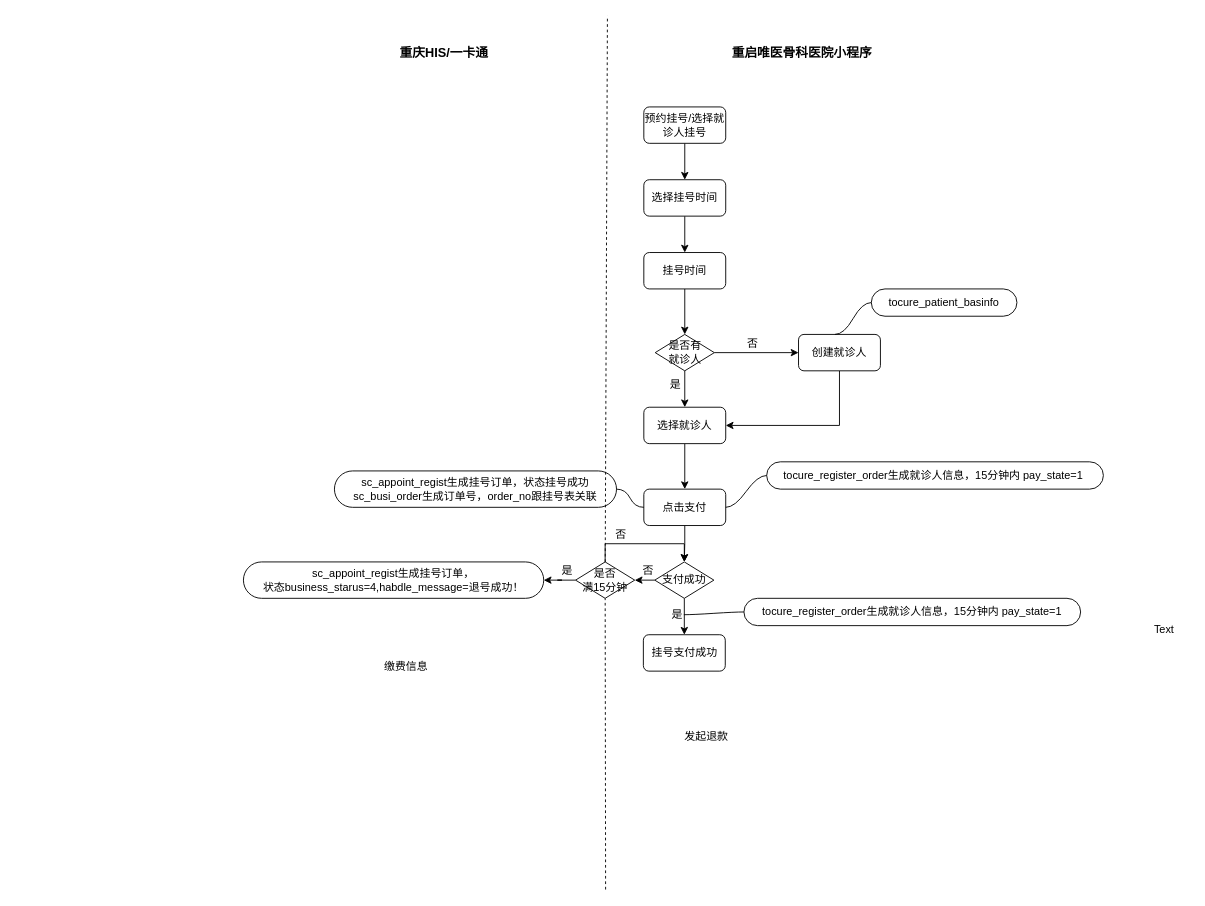
vectorxu/draw.io keeps this draw.io diagram as Untitled Diagram.drawio. Above is the earlier version. Source tidied: cells renumbered, new cells numbered last; positions are measured from the earlier drawing's top-left corner, leaving out a move shared by most shapes. Both pictures are drawn from the tidied source at 91%, with x=0, y=0 at pixel (243, 15).
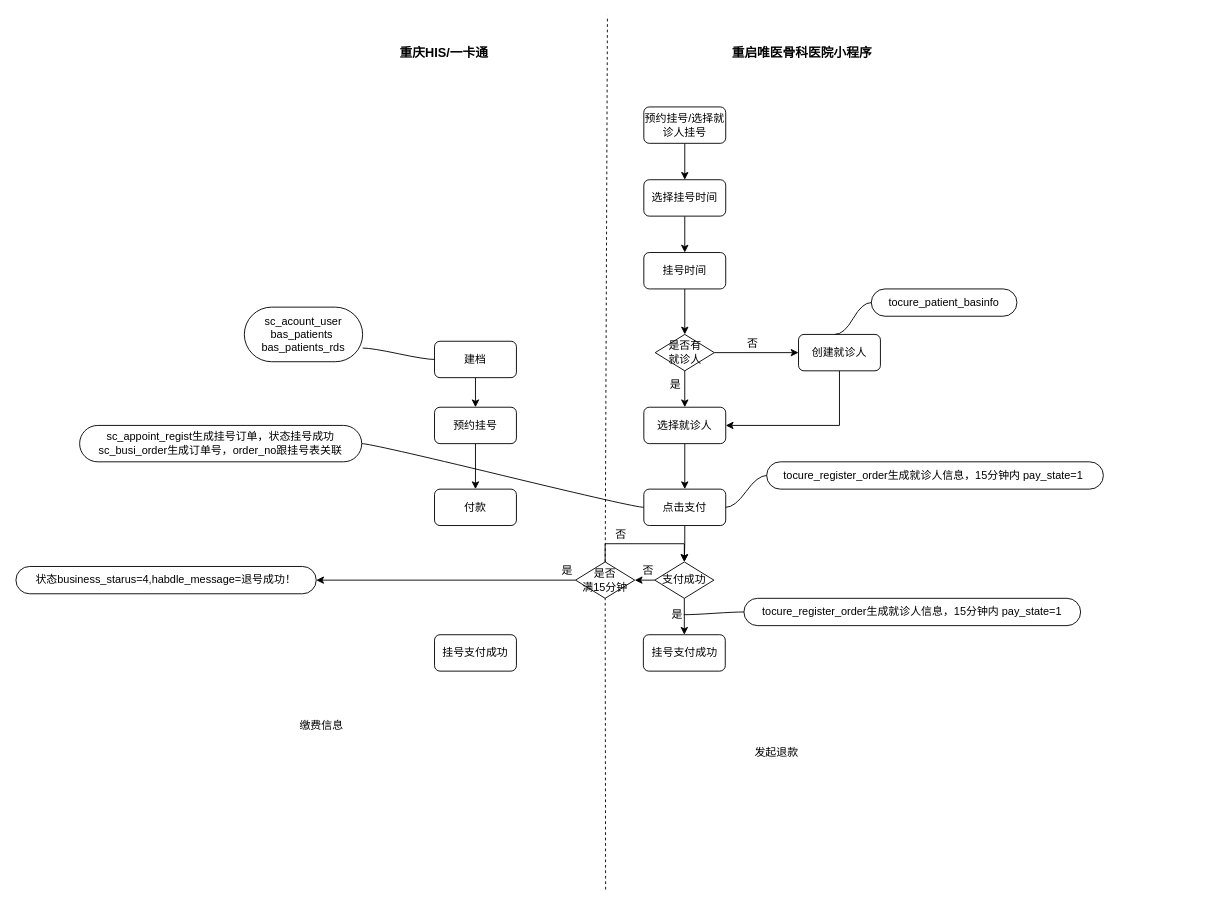
The same page after the edit.

Diff of the diagram source:
```diff
@@
     <mxCell id="22" value="sc_appoint_regist生成挂号订单，状态挂号成功&lt;br&gt;sc_busi_order生成订单号，order_no跟挂号表关联" style="whiteSpace=wrap;html=1;rounded=1;arcSize=50;align=center;verticalAlign=middle;strokeWidth=1;spacing=4;" parent="1" vertex="1">
-      <mxGeometry x="100" y="500" width="310" height="40" as="geometry" />
+      <mxGeometry x="-180" y="450" width="310" height="40" as="geometry" />
     </mxCell>
@@
-    <mxCell id="39" value="sc_appoint_regist生成挂号订单，&lt;br&gt;状态business_starus=4,habdle_message=退号成功！" style="whiteSpace=wrap;html=1;rounded=1;arcSize=50;align=center;verticalAlign=middle;strokeWidth=1;spacing=4;" parent="1" vertex="1">
-      <mxGeometry y="600" width="330" height="40" as="geometry" />
+    <mxCell id="39" value="状态business_starus=4,habdle_message=退号成功！" style="whiteSpace=wrap;html=1;rounded=1;arcSize=50;align=center;verticalAlign=middle;strokeWidth=1;spacing=4;" parent="1" vertex="1">
+      <mxGeometry x="-250" y="605" width="330" height="30" as="geometry" />
     </mxCell>
@@
-    <mxCell id="42" value="Text" style="text;html=1;align=left;verticalAlign=top;spacingTop=-4;" parent="1" vertex="1">
-      <mxGeometry x="999" y="665" width="40" height="20" as="geometry" />
-    </mxCell>
@@
     <mxCell id="44" value="缴费信息" style="text;html=1;align=left;verticalAlign=top;spacingTop=-4;" parent="1" vertex="1">
-      <mxGeometry x="153" y="705" width="60" height="20" as="geometry" />
+      <mxGeometry x="60" y="770" width="60" height="20" as="geometry" />
     </mxCell>
     <mxCell id="45" value="发起退款" style="text;html=1;align=left;verticalAlign=top;spacingTop=-4;" parent="1" vertex="1">
-      <mxGeometry x="483" y="782" width="60" height="20" as="geometry" />
+      <mxGeometry x="560" y="800" width="60" height="20" as="geometry" />
     </mxCell>
+    <mxCell id="46" style="edgeStyle=orthogonalEdgeStyle;rounded=0;jettySize=auto;html=1;exitX=0.5;exitY=1;exitDx=0;exitDy=0;entryX=0.5;entryY=0;entryDx=0;entryDy=0;" parent="1" edge="1" source="47" target="49">
+      <mxGeometry relative="1" as="geometry" />
+    </mxCell>
+    <mxCell id="47" value="建档" style="rounded=1;whiteSpace=wrap;html=1;" parent="1" vertex="1">
+      <mxGeometry x="210" y="357.5" width="90" height="40" as="geometry" />
+    </mxCell>
+    <mxCell id="48" style="edgeStyle=orthogonalEdgeStyle;rounded=0;jettySize=auto;html=1;exitX=0.5;exitY=1;exitDx=0;exitDy=0;entryX=0.5;entryY=0;entryDx=0;entryDy=0;" parent="1" edge="1" source="49" target="50">
+      <mxGeometry relative="1" as="geometry" />
+    </mxCell>
+    <mxCell id="49" value="预约挂号" style="rounded=1;whiteSpace=wrap;html=1;" parent="1" vertex="1">
+      <mxGeometry x="210" y="430" width="90" height="40" as="geometry" />
+    </mxCell>
+    <mxCell id="50" value="付款" style="rounded=1;whiteSpace=wrap;html=1;" parent="1" vertex="1">
+      <mxGeometry x="210" y="520" width="90" height="40" as="geometry" />
+    </mxCell>
+    <mxCell id="51" value="挂号支付成功" style="rounded=1;whiteSpace=wrap;html=1;" parent="1" vertex="1">
+      <mxGeometry x="210" y="680" width="90" height="40" as="geometry" />
+    </mxCell>
+    <mxCell id="52" value="sc_acount_user&lt;br&gt;bas_patients&amp;nbsp;&lt;br&gt;bas_patients_rds" style="whiteSpace=wrap;html=1;rounded=1;arcSize=50;align=center;verticalAlign=middle;strokeWidth=1;spacing=4;" parent="1" vertex="1">
+      <mxGeometry x="1" y="320" width="130" height="60" as="geometry" />
+    </mxCell>
+    <mxCell id="53" style="edgeStyle=entityRelationEdgeStyle;startArrow=none;endArrow=none;segment=10;curved=1;entryX=0;entryY=0.5;entryDx=0;entryDy=0;exitX=1;exitY=0.75;exitDx=0;exitDy=0;" parent="1" edge="1" source="52" target="47">
+      <mxGeometry relative="1" as="geometry" />
+    </mxCell>
```
